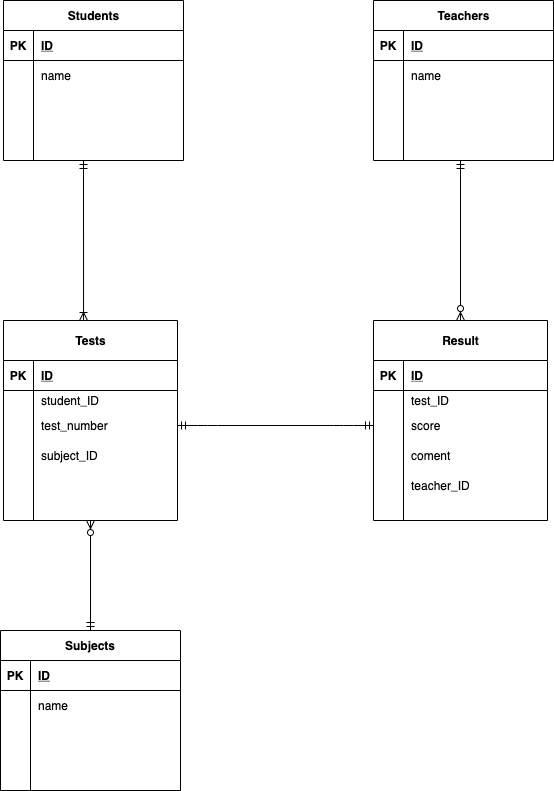
Above: index.drawio.png in UYA17/database_test (draw.io), before the change. Source tidied: cells renumbered, new cells last; positions are measured from the earlier drawing's top-left corner, leaving out a move shared by most shapes.
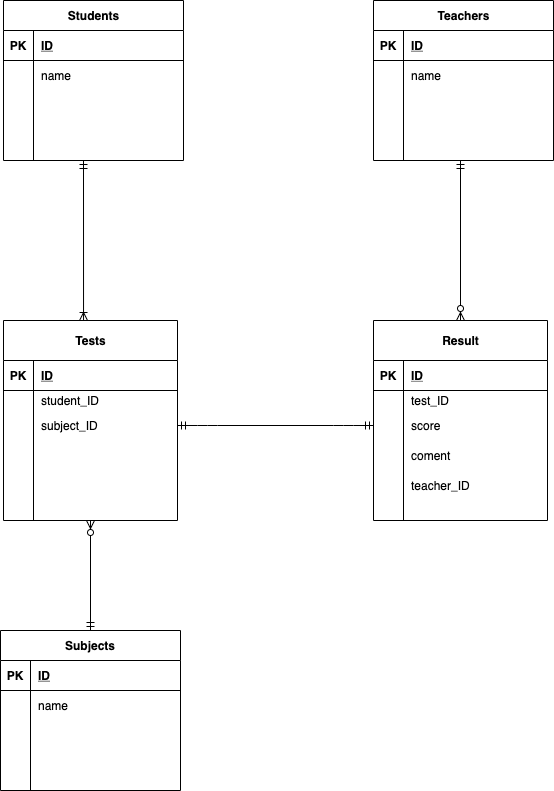
Above is the later version.

What changed in the source:
```diff
@@ -107,7 +107,7 @@
     <mxCell id="36" style="shape=partialRectangle;fillColor=none;top=0;left=0;bottom=0;right=0;overflow=hidden;" parent="35" vertex="1">
       <mxGeometry width="30" height="30" as="geometry" />
     </mxCell>
-    <mxCell id="37" value="test_number" style="shape=partialRectangle;fillColor=none;top=0;left=0;bottom=0;right=0;align=left;spacingLeft=6;overflow=hidden;" parent="35" vertex="1">
+    <mxCell id="37" value="subject_ID" style="shape=partialRectangle;fillColor=none;top=0;left=0;bottom=0;right=0;align=left;spacingLeft=6;overflow=hidden;" parent="35" vertex="1">
       <mxGeometry x="30" width="144" height="30" as="geometry" />
     </mxCell>
     <mxCell id="38" style="shape=partialRectangle;fillColor=none;top=0;left=0;bottom=0;right=0;" parent="28" vertex="1">
@@ -116,7 +116,7 @@
     <mxCell id="39" style="shape=partialRectangle;fillColor=none;top=0;left=0;bottom=0;right=0;overflow=hidden;" parent="38" vertex="1">
       <mxGeometry width="30" height="30" as="geometry" />
     </mxCell>
-    <mxCell id="40" value="subject_ID" style="shape=partialRectangle;fillColor=none;top=0;left=0;bottom=0;right=0;align=left;spacingLeft=6;overflow=hidden;" parent="38" vertex="1">
+    <mxCell id="40" style="shape=partialRectangle;fillColor=none;top=0;left=0;bottom=0;right=0;align=left;spacingLeft=6;overflow=hidden;" parent="38" vertex="1">
       <mxGeometry x="30" width="144" height="30" as="geometry" />
     </mxCell>
     <mxCell id="41" style="shape=partialRectangle;fillColor=none;top=0;left=0;bottom=0;right=0;" parent="28" vertex="1">
```
